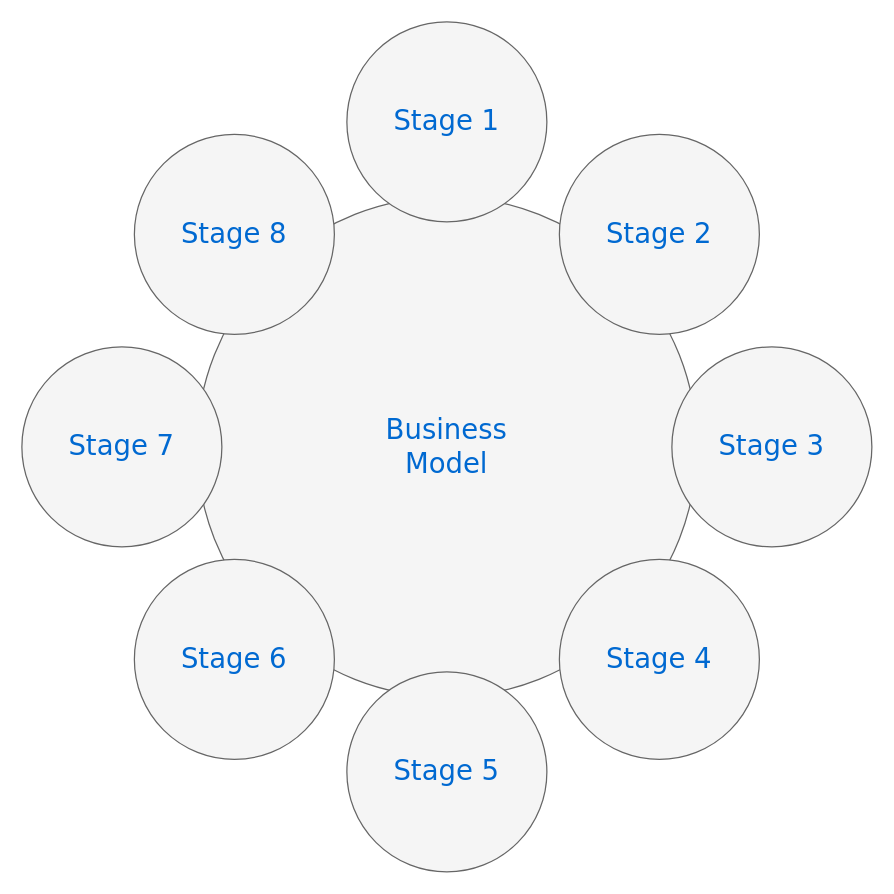
praveenct7/Ltts_Mini_Project keeps this draw.io diagram as 2_Architecture/Behavior Diagrams/Untitled Diagram.drawio. Above is the earlier version. Source tidied: cells renumbered, new cells numbered last; positions are measured from the earlier drawing's top-left corner, leaving out a move shared by most shapes. Both pictures are drawn from the tidied source at 125%, with x=0, y=0 at pixel (21, 21).
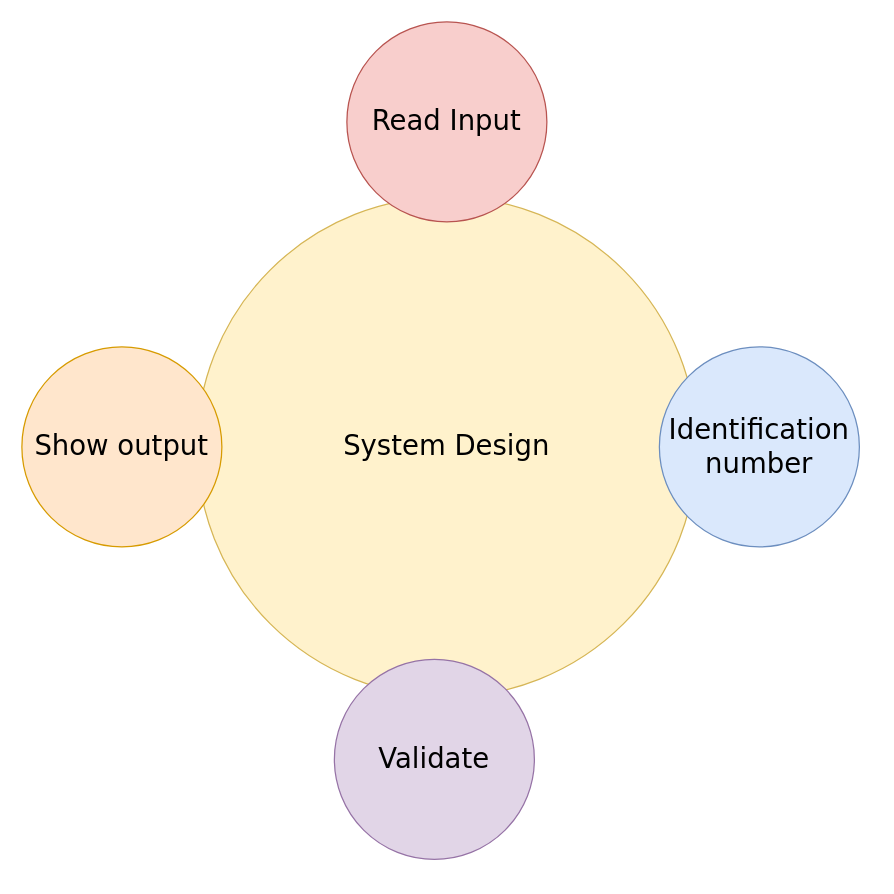
The same diagram, later.

The edit, as a diff of the source:
```diff
@@
 <mxGraphModel background="#ffffff">
   <root>
     <mxCell id="0" />
     <mxCell id="1" parent="0" />
-    <mxCell id="2" value="Business&lt;div&gt;Model&lt;/div&gt;" style="ellipse;whiteSpace=wrap;html=1;rounded=0;shadow=0;dashed=0;comic=0;fontFamily=Verdana;fontSize=22;fontColor=#0069D1;fillColor=#f5f5f5;strokeColor=#666666;" parent="1" vertex="1">
+    <mxCell id="2" value="System Design" style="ellipse;whiteSpace=wrap;html=1;rounded=0;shadow=0;dashed=0;comic=0;fontFamily=Verdana;fontSize=22;fillColor=#fff2cc;strokeColor=#d6b656;" parent="1" vertex="1">
       <mxGeometry x="140" y="140" width="400" height="400" as="geometry" />
     </mxCell>
-    <mxCell id="3" value="Stage 1" style="ellipse;whiteSpace=wrap;html=1;rounded=0;shadow=0;dashed=0;comic=0;fontFamily=Verdana;fontSize=22;fontColor=#0069D1;fillColor=#f5f5f5;strokeColor=#666666;" parent="1" vertex="1">
+    <mxCell id="3" value="Read Input" style="ellipse;whiteSpace=wrap;html=1;rounded=0;shadow=0;dashed=0;comic=0;fontFamily=Verdana;fontSize=22;fillColor=#f8cecc;strokeColor=#b85450;" parent="1" vertex="1">
       <mxGeometry x="260" width="160" height="160" as="geometry" />
     </mxCell>
-    <mxCell id="4" value="Stage 5" style="ellipse;whiteSpace=wrap;html=1;rounded=0;shadow=0;dashed=0;comic=0;fontFamily=Verdana;fontSize=22;fontColor=#0069D1;fillColor=#f5f5f5;strokeColor=#666666;" parent="1" vertex="1">
-      <mxGeometry x="260" y="520" width="160" height="160" as="geometry" />
-    </mxCell>
-    <mxCell id="5" value="Stage 3" style="ellipse;whiteSpace=wrap;html=1;rounded=0;shadow=0;dashed=0;comic=0;fontFamily=Verdana;fontSize=22;fontColor=#0069D1;fillColor=#f5f5f5;strokeColor=#666666;" parent="1" vertex="1">
-      <mxGeometry x="520" y="260" width="160" height="160" as="geometry" />
+    <mxCell id="5" value="Validate" style="ellipse;whiteSpace=wrap;html=1;rounded=0;shadow=0;dashed=0;comic=0;fontFamily=Verdana;fontSize=22;fillColor=#e1d5e7;strokeColor=#9673a6;" parent="1" vertex="1">
+      <mxGeometry x="250" y="510" width="160" height="160" as="geometry" />
     </mxCell>
-    <mxCell id="6" value="Stage 7" style="ellipse;whiteSpace=wrap;html=1;rounded=0;shadow=0;dashed=0;comic=0;fontFamily=Verdana;fontSize=22;fontColor=#0069D1;fillColor=#f5f5f5;strokeColor=#666666;" parent="1" vertex="1">
-      <mxGeometry y="260" width="160" height="160" as="geometry" />
-    </mxCell>
-    <mxCell id="7" value="Stage 8" style="ellipse;whiteSpace=wrap;html=1;rounded=0;shadow=0;dashed=0;comic=0;fontFamily=Verdana;fontSize=22;fontColor=#0069D1;fillColor=#f5f5f5;strokeColor=#666666;" parent="1" vertex="1">
-      <mxGeometry x="90" y="90" width="160" height="160" as="geometry" />
-    </mxCell>
-    <mxCell id="8" value="Stage 2" style="ellipse;whiteSpace=wrap;html=1;rounded=0;shadow=0;dashed=0;comic=0;fontFamily=Verdana;fontSize=22;fontColor=#0069D1;fillColor=#f5f5f5;strokeColor=#666666;" parent="1" vertex="1">
-      <mxGeometry x="430" y="90" width="160" height="160" as="geometry" />
+    <mxCell id="8" value="Identification number" style="ellipse;whiteSpace=wrap;html=1;rounded=0;shadow=0;dashed=0;comic=0;fontFamily=Verdana;fontSize=22;fillColor=#dae8fc;strokeColor=#6c8ebf;" parent="1" vertex="1">
+      <mxGeometry x="510" y="260" width="160" height="160" as="geometry" />
     </mxCell>
-    <mxCell id="9" value="Stage 4" style="ellipse;whiteSpace=wrap;html=1;rounded=0;shadow=0;dashed=0;comic=0;fontFamily=Verdana;fontSize=22;fontColor=#0069D1;fillColor=#f5f5f5;strokeColor=#666666;" parent="1" vertex="1">
-      <mxGeometry x="430" y="430" width="160" height="160" as="geometry" />
+    <mxCell id="9" value="Show output" style="ellipse;whiteSpace=wrap;html=1;rounded=0;shadow=0;dashed=0;comic=0;fontFamily=Verdana;fontSize=22;fillColor=#ffe6cc;strokeColor=#d79b00;" parent="1" vertex="1">
+      <mxGeometry y="260" width="160" height="160" as="geometry" />
     </mxCell>
-    <mxCell id="10" value="Stage 6" style="ellipse;whiteSpace=wrap;html=1;rounded=0;shadow=0;dashed=0;comic=0;fontFamily=Verdana;fontSize=22;fontColor=#0069D1;fillColor=#f5f5f5;strokeColor=#666666;" parent="1" vertex="1">
-      <mxGeometry x="90" y="430" width="160" height="160" as="geometry" />
-    </mxCell>
   </root>
 </mxGraphModel>
```
